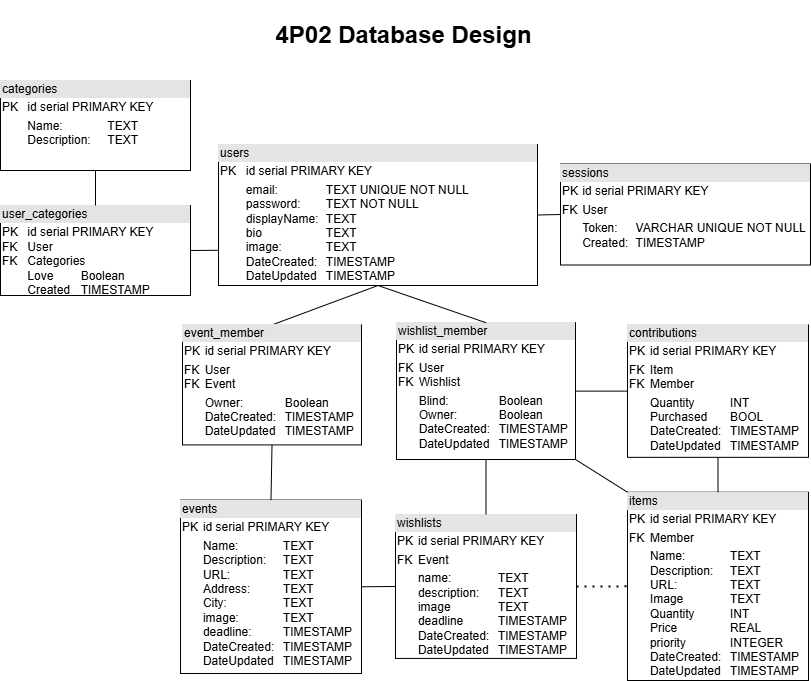
Earlier version of the draw.io export backend/4P02-Database-UML.png (Nicholas-Parise/4P02-course-project). Source tidied: cells renumbered, new cells last; positions are measured from the earlier drawing's top-left corner, leaving out a move shared by most shapes.
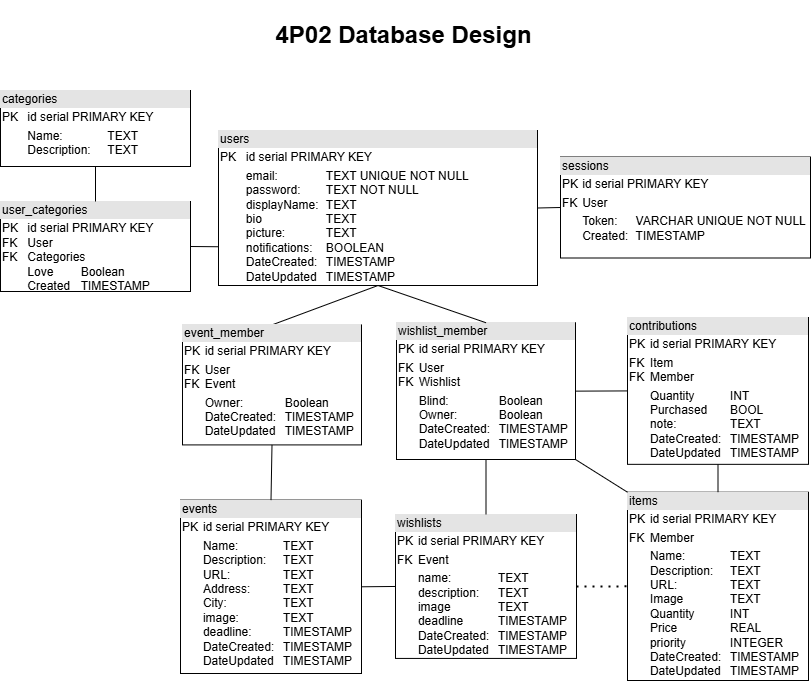
The same file after the commit.

Commit message:
added ability to share wishlists, and also changed get for items and contributions so it doesn't send columns not required

Diff of the diagram source:
```diff
@@ -2,17 +2,17 @@
   <root>
     <mxCell id="0" />
     <mxCell id="1" parent="0" />
-    <mxCell id="2" value="&lt;div style=&quot;box-sizing: border-box; width: 100%; background: rgb(228, 228, 228); padding: 2px;&quot;&gt;users&lt;/div&gt;&lt;table style=&quot;width:100%;font-size:1em;&quot; cellpadding=&quot;2&quot; cellspacing=&quot;0&quot;&gt;&lt;tbody&gt;&lt;tr&gt;&lt;td&gt;PK&lt;/td&gt;&lt;td&gt;id serial PRIMARY KEY&lt;/td&gt;&lt;/tr&gt;&lt;tr&gt;&lt;td&gt;&lt;br&gt;&lt;/td&gt;&lt;td&gt;email:&amp;nbsp;&lt;span style=&quot;white-space: pre;&quot;&gt;&#9;&lt;/span&gt;&lt;span style=&quot;white-space: pre;&quot;&gt;&#9;&lt;/span&gt;TEXT UNIQUE NOT NULL&lt;br&gt;password:&lt;span style=&quot;white-space: pre;&quot;&gt;&#9;&lt;/span&gt;TEXT&amp;nbsp;NOT NULL&lt;br&gt;displayName:&lt;span style=&quot;white-space: pre;&quot;&gt;&#9;&lt;/span&gt;TEXT&lt;br&gt;bio&lt;span style=&quot;white-space: pre;&quot;&gt;&#9;&lt;/span&gt;&lt;span style=&quot;white-space: pre;&quot;&gt;&#9;&lt;/span&gt;&lt;span style=&quot;white-space: pre;&quot;&gt;&#9;&lt;/span&gt;TEXT&lt;br&gt;image:&lt;span style=&quot;white-space: pre;&quot;&gt;&#9;&lt;/span&gt;&lt;span style=&quot;white-space: pre;&quot;&gt;&#9;&lt;/span&gt;TEXT&lt;br&gt;DateCreated:&lt;span style=&quot;white-space: pre;&quot;&gt;&#9;&lt;/span&gt;TIMESTAMP&lt;br&gt;DateUpdated&lt;span style=&quot;white-space: pre;&quot;&gt;&#9;&lt;/span&gt;TIMESTAMP&lt;/td&gt;&lt;/tr&gt;&lt;/tbody&gt;&lt;/table&gt;" style="verticalAlign=top;align=left;overflow=fill;html=1;whiteSpace=wrap;" parent="1" vertex="1">
-      <mxGeometry x="218" y="144" width="319" height="141" as="geometry" />
+    <mxCell id="2" value="&lt;div style=&quot;box-sizing: border-box; width: 100%; background: rgb(228, 228, 228); padding: 2px;&quot;&gt;users&lt;/div&gt;&lt;table style=&quot;width:100%;font-size:1em;&quot; cellpadding=&quot;2&quot; cellspacing=&quot;0&quot;&gt;&lt;tbody&gt;&lt;tr&gt;&lt;td&gt;PK&lt;/td&gt;&lt;td&gt;id serial PRIMARY KEY&lt;/td&gt;&lt;/tr&gt;&lt;tr&gt;&lt;td&gt;&lt;br&gt;&lt;/td&gt;&lt;td&gt;email:&amp;nbsp;&lt;span style=&quot;white-space: pre;&quot;&gt;&#9;&lt;/span&gt;&lt;span style=&quot;white-space: pre;&quot;&gt;&#9;&lt;/span&gt;TEXT UNIQUE NOT NULL&lt;br&gt;password:&lt;span style=&quot;white-space: pre;&quot;&gt;&#9;&lt;/span&gt;TEXT&amp;nbsp;NOT NULL&lt;br&gt;displayName:&lt;span style=&quot;white-space: pre;&quot;&gt;&#9;&lt;/span&gt;TEXT&lt;br&gt;bio&lt;span style=&quot;white-space: pre;&quot;&gt;&#9;&lt;/span&gt;&lt;span style=&quot;white-space: pre;&quot;&gt;&#9;&lt;/span&gt;&lt;span style=&quot;white-space: pre;&quot;&gt;&#9;&lt;/span&gt;TEXT&lt;br&gt;picture:&lt;span style=&quot;white-space: pre;&quot;&gt;&#9;&lt;/span&gt;&lt;span style=&quot;white-space: pre;&quot;&gt;&#9;&lt;/span&gt;TEXT&lt;br&gt;notifications:&lt;span style=&quot;white-space: pre;&quot;&gt;&#9;&lt;/span&gt;BOOLEAN&lt;br&gt;DateCreated:&lt;span style=&quot;white-space: pre;&quot;&gt;&#9;&lt;/span&gt;TIMESTAMP&lt;br&gt;DateUpdated&lt;span style=&quot;white-space: pre;&quot;&gt;&#9;&lt;/span&gt;TIMESTAMP&lt;/td&gt;&lt;/tr&gt;&lt;/tbody&gt;&lt;/table&gt;" style="verticalAlign=top;align=left;overflow=fill;html=1;whiteSpace=wrap;" parent="1" vertex="1">
+      <mxGeometry x="218" y="130" width="319" height="155" as="geometry" />
     </mxCell>
     <mxCell id="3" value="&lt;div style=&quot;box-sizing: border-box; width: 100%; background: rgb(228, 228, 228); padding: 2px;&quot;&gt;items&lt;/div&gt;&lt;table style=&quot;width:100%;font-size:1em;&quot; cellpadding=&quot;2&quot; cellspacing=&quot;0&quot;&gt;&lt;tbody&gt;&lt;tr&gt;&lt;td&gt;PK&lt;/td&gt;&lt;td&gt;id serial PRIMARY KEY&lt;br&gt;&lt;/td&gt;&lt;/tr&gt;&lt;tr&gt;&lt;td&gt;FK&lt;/td&gt;&lt;td&gt;Member&lt;br&gt;&lt;/td&gt;&lt;/tr&gt;&lt;tr&gt;&lt;td&gt;&lt;br&gt;&lt;/td&gt;&lt;td&gt;Name:&lt;span style=&quot;white-space: pre;&quot;&gt;&#9;&lt;span style=&quot;white-space: pre;&quot;&gt;&#9;&lt;/span&gt;&lt;/span&gt;TEXT&lt;br&gt;Description:&lt;span style=&quot;white-space: pre;&quot;&gt;&#9;&lt;/span&gt;TEXT&lt;br&gt;URL:&lt;span style=&quot;white-space: pre;&quot;&gt;&#9;&lt;span style=&quot;white-space: pre;&quot;&gt;&#9;&lt;/span&gt;&lt;/span&gt;TEXT&lt;br&gt;Image&lt;span style=&quot;white-space: pre;&quot;&gt;&#9;&lt;/span&gt;&lt;span style=&quot;white-space: pre;&quot;&gt;&#9;&lt;/span&gt;TEXT&lt;br&gt;Quantity&lt;span style=&quot;white-space: pre;&quot;&gt;&#9;&lt;/span&gt;&lt;span style=&quot;white-space: pre;&quot;&gt;&#9;&lt;/span&gt;INT&lt;br&gt;Price&lt;span style=&quot;white-space: pre;&quot;&gt;&#9;&lt;/span&gt;&lt;span style=&quot;white-space: pre;&quot;&gt;&#9;&lt;/span&gt;REAL&lt;br&gt;priority&lt;span style=&quot;white-space: pre;&quot;&gt;&#9;&lt;/span&gt;&lt;span style=&quot;white-space: pre;&quot;&gt;&#9;&lt;/span&gt;INTEGER&lt;br&gt;DateCreated:&lt;span style=&quot;white-space: pre;&quot;&gt;&#9;&lt;/span&gt;TIMESTAMP&lt;br&gt;DateUpdated&lt;span style=&quot;white-space: pre;&quot;&gt;&#9;&lt;/span&gt;TIMESTAMP&lt;/td&gt;&lt;/tr&gt;&lt;/tbody&gt;&lt;/table&gt;" style="verticalAlign=top;align=left;overflow=fill;html=1;whiteSpace=wrap;" parent="1" vertex="1">
       <mxGeometry x="627" y="491.7" width="181" height="188.3" as="geometry" />
     </mxCell>
     <mxCell id="4" value="&lt;div style=&quot;box-sizing: border-box; width: 100%; background: rgb(228, 228, 228); padding: 2px;&quot;&gt;categories&lt;/div&gt;&lt;table style=&quot;width:100%;font-size:1em;&quot; cellpadding=&quot;2&quot; cellspacing=&quot;0&quot;&gt;&lt;tbody&gt;&lt;tr&gt;&lt;td&gt;PK&lt;br&gt;&lt;/td&gt;&lt;td&gt;id serial PRIMARY KEY&lt;br&gt;&lt;/td&gt;&lt;/tr&gt;&lt;tr&gt;&lt;td&gt;&lt;br&gt;&lt;/td&gt;&lt;td&gt;Name:&lt;span style=&quot;white-space: pre;&quot;&gt;&#9;&lt;span style=&quot;white-space: pre;&quot;&gt;&#9;&lt;/span&gt;&lt;/span&gt;TEXT&lt;br&gt;Description:&lt;span style=&quot;white-space: pre;&quot;&gt;&#9;&lt;/span&gt;TEXT&lt;br&gt;&lt;/td&gt;&lt;/tr&gt;&lt;tr&gt;&lt;td&gt;&lt;/td&gt;&lt;td&gt;&lt;br&gt;&lt;/td&gt;&lt;/tr&gt;&lt;/tbody&gt;&lt;/table&gt;" style="verticalAlign=top;align=left;overflow=fill;html=1;whiteSpace=wrap;" parent="1" vertex="1">
-      <mxGeometry y="80" width="190" height="90" as="geometry" />
+      <mxGeometry y="90" width="190" height="76" as="geometry" />
     </mxCell>
     <mxCell id="5" value="&lt;div style=&quot;box-sizing: border-box; width: 100%; background: rgb(228, 228, 228); padding: 2px;&quot;&gt;user_categories&lt;/div&gt;&lt;table style=&quot;width:100%;font-size:1em;&quot; cellpadding=&quot;2&quot; cellspacing=&quot;0&quot;&gt;&lt;tbody&gt;&lt;tr&gt;&lt;td&gt;PK&lt;br&gt;FK&lt;br&gt;FK&lt;br&gt;&lt;br&gt;&lt;br&gt;&lt;/td&gt;&lt;td&gt;id serial PRIMARY KEY&lt;br&gt;User&lt;br&gt;Categories&lt;br&gt;Love&lt;span style=&quot;white-space: pre;&quot;&gt;&#9;&lt;/span&gt;Boolean&lt;br&gt;Created&amp;nbsp;&lt;span style=&quot;white-space: pre;&quot;&gt;&#9;&lt;/span&gt;TIMESTAMP&lt;/td&gt;&lt;/tr&gt;&lt;tr&gt;&lt;td&gt;&lt;/td&gt;&lt;td&gt;&lt;br&gt;&lt;/td&gt;&lt;/tr&gt;&lt;/tbody&gt;&lt;/table&gt;" style="verticalAlign=top;align=left;overflow=fill;html=1;whiteSpace=wrap;" parent="1" vertex="1">
-      <mxGeometry y="205" width="190" height="90" as="geometry" />
+      <mxGeometry y="201" width="190" height="90" as="geometry" />
     </mxCell>
     <mxCell id="6" style="endArrow=none;html=1;rounded=0;exitX=0;exitY=0.75;exitDx=0;exitDy=0;entryX=1;entryY=0.5;entryDx=0;entryDy=0;" parent="1" edge="1" source="2" target="5">
       <mxGeometry relative="1" as="geometry" />
@@ -21,7 +21,7 @@
       <mxGeometry relative="1" as="geometry" />
     </mxCell>
     <mxCell id="8" value="&lt;div style=&quot;box-sizing: border-box; width: 100%; background: rgb(228, 228, 228); padding: 2px;&quot;&gt;sessions&lt;/div&gt;&lt;table style=&quot;width:100%;font-size:1em;&quot; cellpadding=&quot;2&quot; cellspacing=&quot;0&quot;&gt;&lt;tbody&gt;&lt;tr&gt;&lt;td&gt;PK&lt;/td&gt;&lt;td&gt;id serial PRIMARY KEY&lt;br&gt;&lt;/td&gt;&lt;/tr&gt;&lt;tr&gt;&lt;td&gt;FK&lt;br&gt;&lt;/td&gt;&lt;td&gt;User&lt;/td&gt;&lt;/tr&gt;&lt;tr&gt;&lt;td&gt;&lt;/td&gt;&lt;td&gt;Token:&lt;span style=&quot;white-space: pre;&quot;&gt;&lt;span style=&quot;white-space: pre;&quot;&gt;&#9;&lt;/span&gt;&lt;/span&gt;VARCHAR UNIQUE NOT NULL&lt;br&gt;Created:&amp;nbsp;&lt;span style=&quot;white-space: pre;&quot;&gt;&#9;&lt;/span&gt;TIMESTAMP&lt;/td&gt;&lt;/tr&gt;&lt;/tbody&gt;&lt;/table&gt;" style="verticalAlign=top;align=left;overflow=fill;html=1;whiteSpace=wrap;" parent="1" vertex="1">
-      <mxGeometry x="560" y="163.5" width="250" height="101" as="geometry" />
+      <mxGeometry x="560" y="156.5" width="250" height="101" as="geometry" />
     </mxCell>
     <mxCell id="9" style="endArrow=none;html=1;rounded=0;exitX=0;exitY=0.5;exitDx=0;exitDy=0;entryX=1;entryY=0.5;entryDx=0;entryDy=0;" parent="1" edge="1" source="8" target="2">
       <mxGeometry relative="1" as="geometry" />
@@ -38,8 +38,8 @@
     <mxCell id="13" value="&lt;h1&gt;4P02 Database Design&lt;/h1&gt;" style="text;html=1;align=center;verticalAlign=middle;strokeColor=none;fillColor=none;shadow=0;" parent="1" vertex="1">
       <mxGeometry x="263" width="280" height="70" as="geometry" />
     </mxCell>
-    <mxCell id="14" value="&lt;div style=&quot;box-sizing: border-box; width: 100%; background: rgb(228, 228, 228); padding: 2px;&quot;&gt;contributions&lt;/div&gt;&lt;table style=&quot;width:100%;font-size:1em;&quot; cellpadding=&quot;2&quot; cellspacing=&quot;0&quot;&gt;&lt;tbody&gt;&lt;tr&gt;&lt;td&gt;PK&lt;/td&gt;&lt;td&gt;id serial PRIMARY KEY&lt;br&gt;&lt;/td&gt;&lt;/tr&gt;&lt;tr&gt;&lt;td&gt;FK&lt;br&gt;FK&lt;/td&gt;&lt;td&gt;Item&lt;br&gt;Member&lt;/td&gt;&lt;/tr&gt;&lt;tr&gt;&lt;td&gt;&lt;br&gt;&lt;/td&gt;&lt;td&gt;Quantity&lt;span style=&quot;white-space: pre;&quot;&gt;&#9;&lt;/span&gt;&lt;span style=&quot;white-space: pre;&quot;&gt;&#9;&lt;/span&gt;INT&lt;br&gt;Purchased&lt;span style=&quot;white-space: pre;&quot;&gt;&#9;&lt;/span&gt;BOOL&lt;br&gt;DateCreated:&lt;span style=&quot;white-space: pre;&quot;&gt;&#9;&lt;/span&gt;TIMESTAMP&lt;br&gt;DateUpdated&lt;span style=&quot;white-space: pre;&quot;&gt;&#9;&lt;/span&gt;TIMESTAMP&lt;/td&gt;&lt;/tr&gt;&lt;/tbody&gt;&lt;/table&gt;" style="verticalAlign=top;align=left;overflow=fill;html=1;whiteSpace=wrap;" parent="1" vertex="1">
-      <mxGeometry x="627" y="324.4" width="181" height="132.4" as="geometry" />
+    <mxCell id="14" value="&lt;div style=&quot;box-sizing: border-box; width: 100%; background: rgb(228, 228, 228); padding: 2px;&quot;&gt;contributions&lt;/div&gt;&lt;table style=&quot;width:100%;font-size:1em;&quot; cellpadding=&quot;2&quot; cellspacing=&quot;0&quot;&gt;&lt;tbody&gt;&lt;tr&gt;&lt;td&gt;PK&lt;/td&gt;&lt;td&gt;id serial PRIMARY KEY&lt;br&gt;&lt;/td&gt;&lt;/tr&gt;&lt;tr&gt;&lt;td&gt;FK&lt;br&gt;FK&lt;/td&gt;&lt;td&gt;Item&lt;br&gt;Member&lt;/td&gt;&lt;/tr&gt;&lt;tr&gt;&lt;td&gt;&lt;br&gt;&lt;/td&gt;&lt;td&gt;Quantity&lt;span style=&quot;white-space: pre;&quot;&gt;&#9;&lt;/span&gt;&lt;span style=&quot;white-space: pre;&quot;&gt;&#9;&lt;/span&gt;INT&lt;br&gt;Purchased&lt;span style=&quot;white-space: pre;&quot;&gt;&#9;&lt;/span&gt;BOOL&lt;br&gt;note:&lt;span style=&quot;white-space: pre;&quot;&gt;&#9;&lt;/span&gt;&lt;span style=&quot;white-space: pre;&quot;&gt;&#9;&lt;/span&gt;TEXT&lt;br&gt;DateCreated:&lt;span style=&quot;white-space: pre;&quot;&gt;&#9;&lt;/span&gt;TIMESTAMP&lt;br&gt;DateUpdated&lt;span style=&quot;white-space: pre;&quot;&gt;&#9;&lt;/span&gt;TIMESTAMP&lt;/td&gt;&lt;/tr&gt;&lt;/tbody&gt;&lt;/table&gt;" style="verticalAlign=top;align=left;overflow=fill;html=1;whiteSpace=wrap;" parent="1" vertex="1">
+      <mxGeometry x="627" y="317" width="181" height="146.8" as="geometry" />
     </mxCell>
     <mxCell id="15" value="&lt;div style=&quot;box-sizing: border-box; width: 100%; background: rgb(228, 228, 228); padding: 2px;&quot;&gt;wishlists&lt;/div&gt;&lt;table style=&quot;width:100%;font-size:1em;&quot; cellpadding=&quot;2&quot; cellspacing=&quot;0&quot;&gt;&lt;tbody&gt;&lt;tr&gt;&lt;td&gt;PK&lt;/td&gt;&lt;td&gt;id serial PRIMARY KEY&lt;br&gt;&lt;/td&gt;&lt;/tr&gt;&lt;tr&gt;&lt;td&gt;FK&lt;br&gt;&lt;/td&gt;&lt;td&gt;Event&lt;br&gt;&lt;/td&gt;&lt;/tr&gt;&lt;tr&gt;&lt;td&gt;&lt;br&gt;&lt;/td&gt;&lt;td&gt;name:&lt;span style=&quot;white-space: pre;&quot;&gt;&#9;&lt;span style=&quot;white-space: pre;&quot;&gt;&#9;&lt;/span&gt;&lt;/span&gt;TEXT&lt;br&gt;description:&lt;span style=&quot;white-space: pre;&quot;&gt;&#9;&lt;/span&gt;TEXT&lt;br&gt;image &lt;span style=&quot;white-space: pre;&quot;&gt;&#9;&lt;/span&gt;&lt;span style=&quot;white-space: pre;&quot;&gt;&#9;&lt;/span&gt;TEXT&lt;br&gt;deadline&lt;span style=&quot;white-space: pre;&quot;&gt;&#9;&lt;/span&gt;&lt;span style=&quot;white-space: pre;&quot;&gt;&#9;&lt;/span&gt;TIMESTAMP&lt;br&gt;DateCreated:&lt;span style=&quot;white-space: pre;&quot;&gt;&#9;&lt;/span&gt;TIMESTAMP&lt;br&gt;DateUpdated&lt;span style=&quot;white-space: pre;&quot;&gt;&#9;&lt;/span&gt;TIMESTAMP&lt;br&gt;&lt;br&gt;&lt;/td&gt;&lt;/tr&gt;&lt;/tbody&gt;&lt;/table&gt;" style="verticalAlign=top;align=left;overflow=fill;html=1;whiteSpace=wrap;" parent="1" vertex="1">
       <mxGeometry x="395" y="514" width="181" height="143.9" as="geometry" />
```
